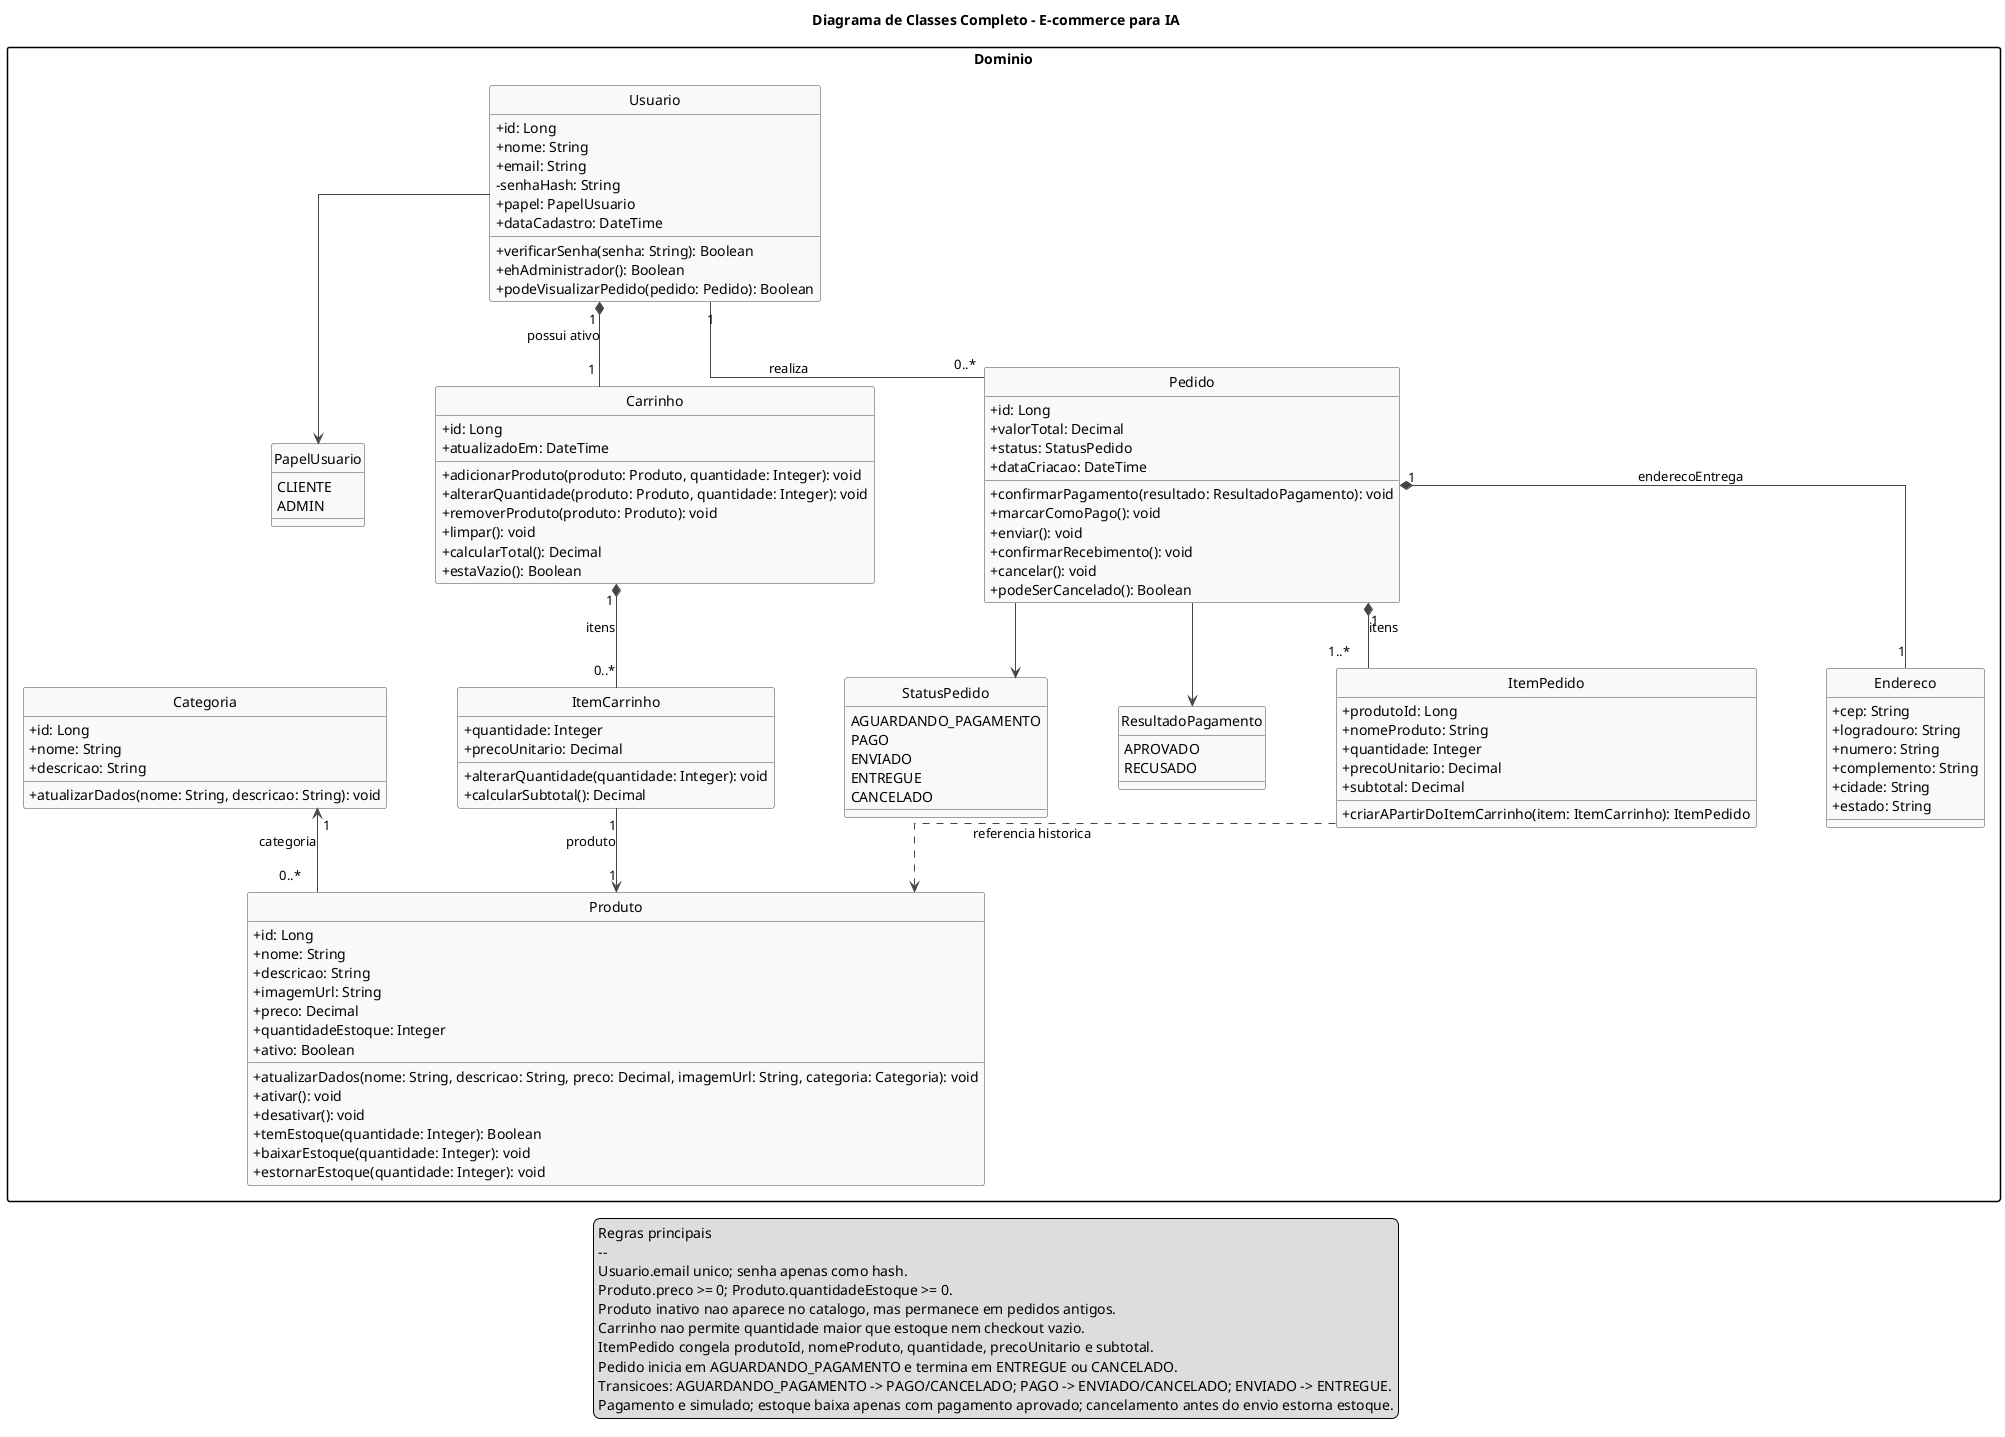
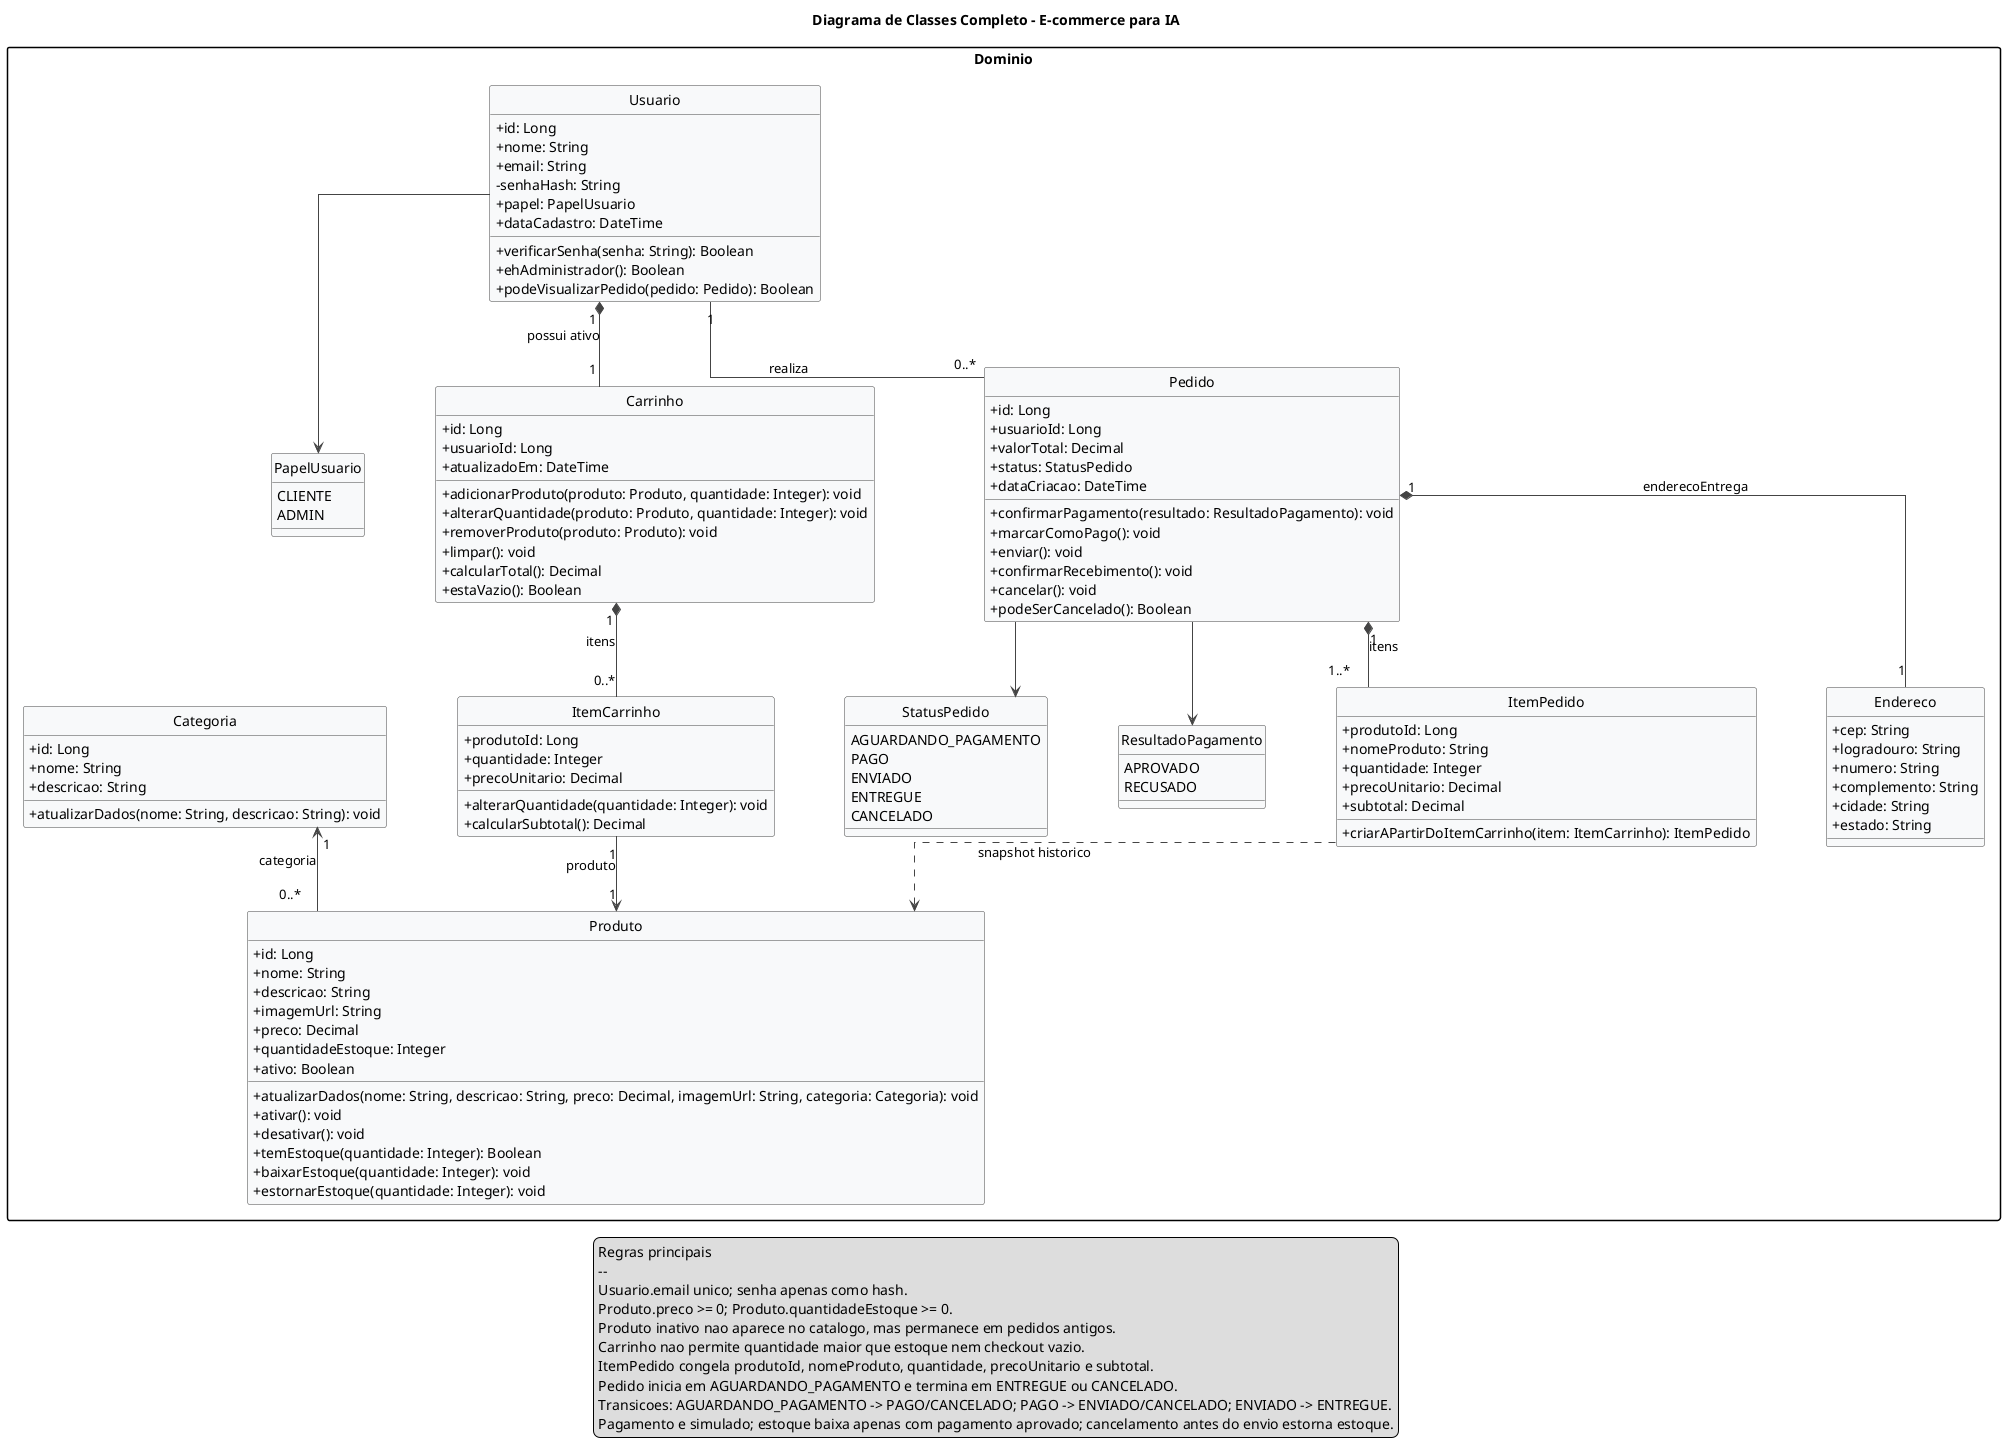
@startuml diagrama_classes_ecommerce_ia
title Diagrama de Classes Completo - E-commerce para IA

hide circle
skinparam classAttributeIconSize 0
skinparam linetype ortho
skinparam shadowing false
skinparam packageStyle rectangle
skinparam nodesep 70
skinparam ranksep 65

skinparam class {
  BackgroundColor #F8F9FA
  BorderColor #444444
  ArrowColor #444444
}

package "Dominio" {
  class Usuario {
    +id: Long
    +nome: String
    +email: String
    -senhaHash: String
    +papel: PapelUsuario
    +dataCadastro: DateTime
    +verificarSenha(senha: String): Boolean
    +ehAdministrador(): Boolean
    +podeVisualizarPedido(pedido: Pedido): Boolean
  }

  enum PapelUsuario {
    CLIENTE
    ADMIN
  }

  class Categoria {
    +id: Long
    +nome: String
    +descricao: String
    +atualizarDados(nome: String, descricao: String): void
  }

  class Produto {
    +id: Long
    +nome: String
    +descricao: String
    +imagemUrl: String
    +preco: Decimal
    +quantidadeEstoque: Integer
    +ativo: Boolean
    +atualizarDados(nome: String, descricao: String, preco: Decimal, imagemUrl: String, categoria: Categoria): void
    +ativar(): void
    +desativar(): void
    +temEstoque(quantidade: Integer): Boolean
    +baixarEstoque(quantidade: Integer): void
    +estornarEstoque(quantidade: Integer): void
  }

  class Carrinho {
    +id: Long
+     +usuarioId: Long
    +atualizadoEm: DateTime
    +adicionarProduto(produto: Produto, quantidade: Integer): void
    +alterarQuantidade(produto: Produto, quantidade: Integer): void
    +removerProduto(produto: Produto): void
    +limpar(): void
    +calcularTotal(): Decimal
    +estaVazio(): Boolean
  }

  class ItemCarrinho {
+     +produtoId: Long
    +quantidade: Integer
    +precoUnitario: Decimal
    +alterarQuantidade(quantidade: Integer): void
    +calcularSubtotal(): Decimal
  }

  class Pedido {
    +id: Long
+     +usuarioId: Long
    +valorTotal: Decimal
    +status: StatusPedido
    +dataCriacao: DateTime
    +confirmarPagamento(resultado: ResultadoPagamento): void
    +marcarComoPago(): void
    +enviar(): void
    +confirmarRecebimento(): void
    +cancelar(): void
    +podeSerCancelado(): Boolean
  }

  enum StatusPedido {
    AGUARDANDO_PAGAMENTO
    PAGO
    ENVIADO
    ENTREGUE
    CANCELADO
  }

  enum ResultadoPagamento {
    APROVADO
    RECUSADO
  }

  class ItemPedido {
    +produtoId: Long
    +nomeProduto: String
    +quantidade: Integer
    +precoUnitario: Decimal
    +subtotal: Decimal
    +criarAPartirDoItemCarrinho(item: ItemCarrinho): ItemPedido
  }

  class Endereco {
    +cep: String
    +logradouro: String
    +numero: String
    +complemento: String
    +cidade: String
    +estado: String
  }
}

Usuario "1" *-- "1" Carrinho : possui ativo
Usuario "1" -- "0..*" Pedido : realiza

Carrinho "1" *-- "0..*" ItemCarrinho : itens
ItemCarrinho "1" --> "1" Produto : produto

Categoria "1" <-- "0..*" Produto : categoria

Pedido "1" *-- "1..*" ItemPedido : itens
Pedido "1" *-- "1" Endereco : enderecoEntrega
- ItemPedido ..> Produto : referencia historica
+ ItemPedido ..> Produto : snapshot historico

Usuario --> PapelUsuario
Pedido --> StatusPedido
Pedido --> ResultadoPagamento

legend bottom
  Regras principais
  --
  Usuario.email unico; senha apenas como hash.
  Produto.preco >= 0; Produto.quantidadeEstoque >= 0.
  Produto inativo nao aparece no catalogo, mas permanece em pedidos antigos.
  Carrinho nao permite quantidade maior que estoque nem checkout vazio.
  ItemPedido congela produtoId, nomeProduto, quantidade, precoUnitario e subtotal.
  Pedido inicia em AGUARDANDO_PAGAMENTO e termina em ENTREGUE ou CANCELADO.
  Transicoes: AGUARDANDO_PAGAMENTO -> PAGO/CANCELADO; PAGO -> ENVIADO/CANCELADO; ENVIADO -> ENTREGUE.
  Pagamento e simulado; estoque baixa apenas com pagamento aprovado; cancelamento antes do envio estorna estoque.
endlegend

@enduml
